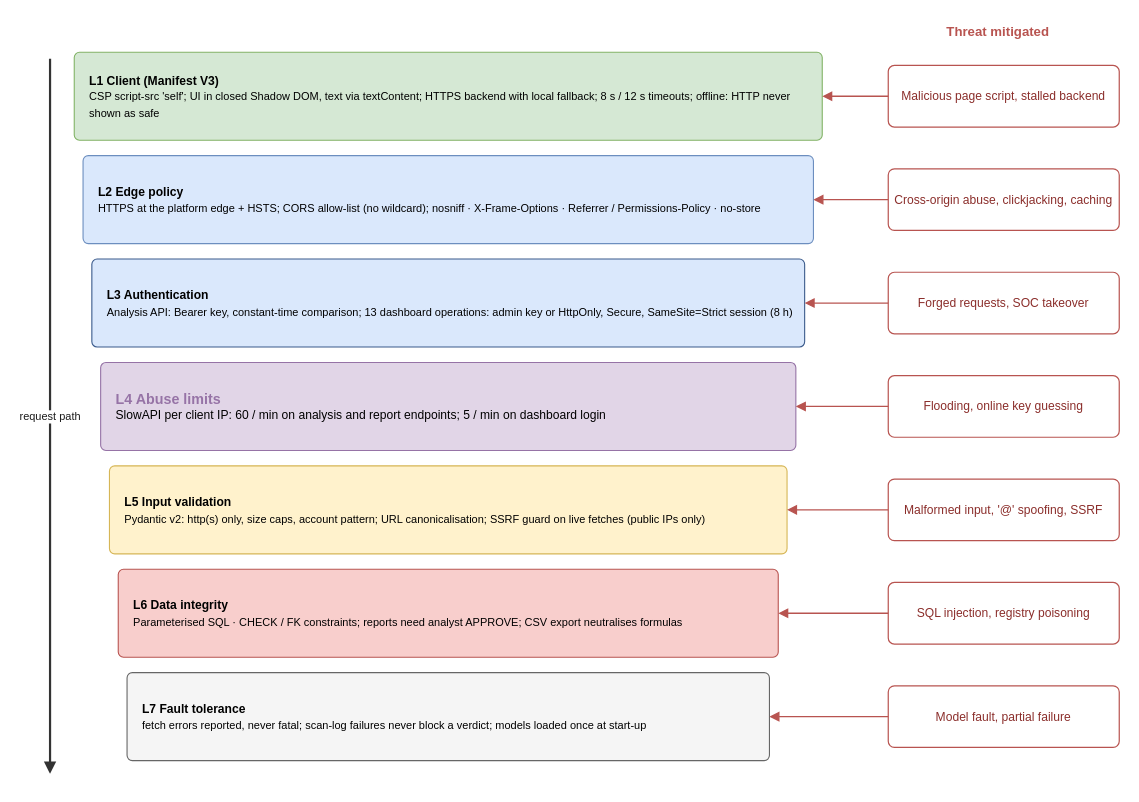
Before: report/diagrams_drawio/security_layers.drawio in KunTheNoobie/PhishGuard-AI-Complete, a draw.io diagram. Source tidied: cells renumbered, new cells numbered last; positions are measured from the earlier drawing's top-left corner, leaving out a move shared by most shapes. Both pictures are drawn from the tidied source at 110%, with x=0, y=0 at pixel (50, 19).
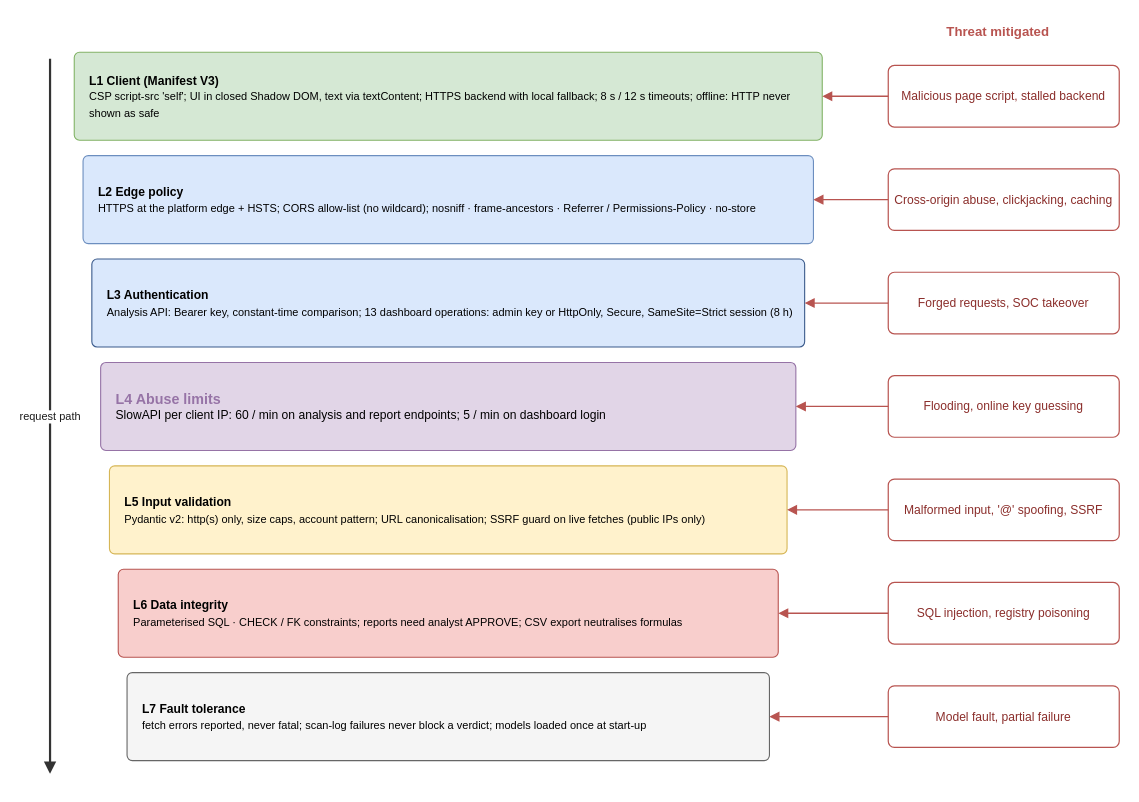
Above is the later version.

The edit, as a diff of the source:
```diff
@@
-    <mxCell id="7" value="&lt;b style=&quot;font-size:11px&quot;&gt;L2  Edge policy&lt;/b&gt;&lt;br&gt;&lt;span style=&quot;font-size:10px&quot;&gt;HTTPS at the platform edge + HSTS; CORS allow-list (no wildcard); nosniff · X-Frame-Options · Referrer / Permissions-Policy · no-store&lt;/span&gt;" style="rounded=1;arcSize=6;whiteSpace=wrap;html=1;fillColor=#DAE8FC;strokeColor=#6C8EBF;fontFamily=Arial;align=left;verticalAlign=middle;spacingLeft=12;spacingRight=8;" parent="1" vertex="1">
+    <mxCell id="7" value="&lt;b style=&quot;font-size:11px&quot;&gt;L2  Edge policy&lt;/b&gt;&lt;br&gt;&lt;span style=&quot;font-size:10px&quot;&gt;HTTPS at the platform edge + HSTS; CORS allow-list (no wildcard); nosniff · frame-ancestors · Referrer / Permissions-Policy · no-store&lt;/span&gt;" style="rounded=1;arcSize=6;whiteSpace=wrap;html=1;fillColor=#DAE8FC;strokeColor=#6C8EBF;fontFamily=Arial;align=left;verticalAlign=middle;spacingLeft=12;spacingRight=8;" parent="1" vertex="1">
       <mxGeometry x="30" y="124" width="664" height="80" as="geometry" />
     </mxCell>
```
